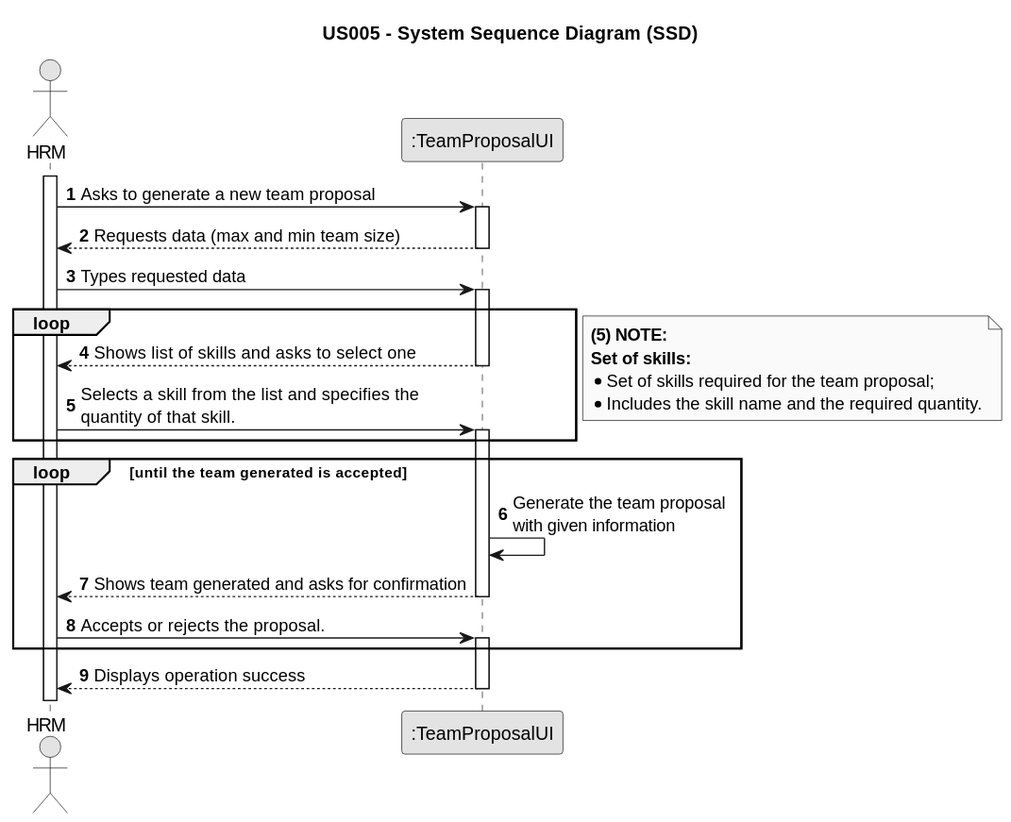
Before: docs/sprintB/us005/01.requirements-engineering/svg/us005-system-sequence-diagram.svg, a diagram exported from PlantUML (Rui-San/LAPR2_2023_2024).
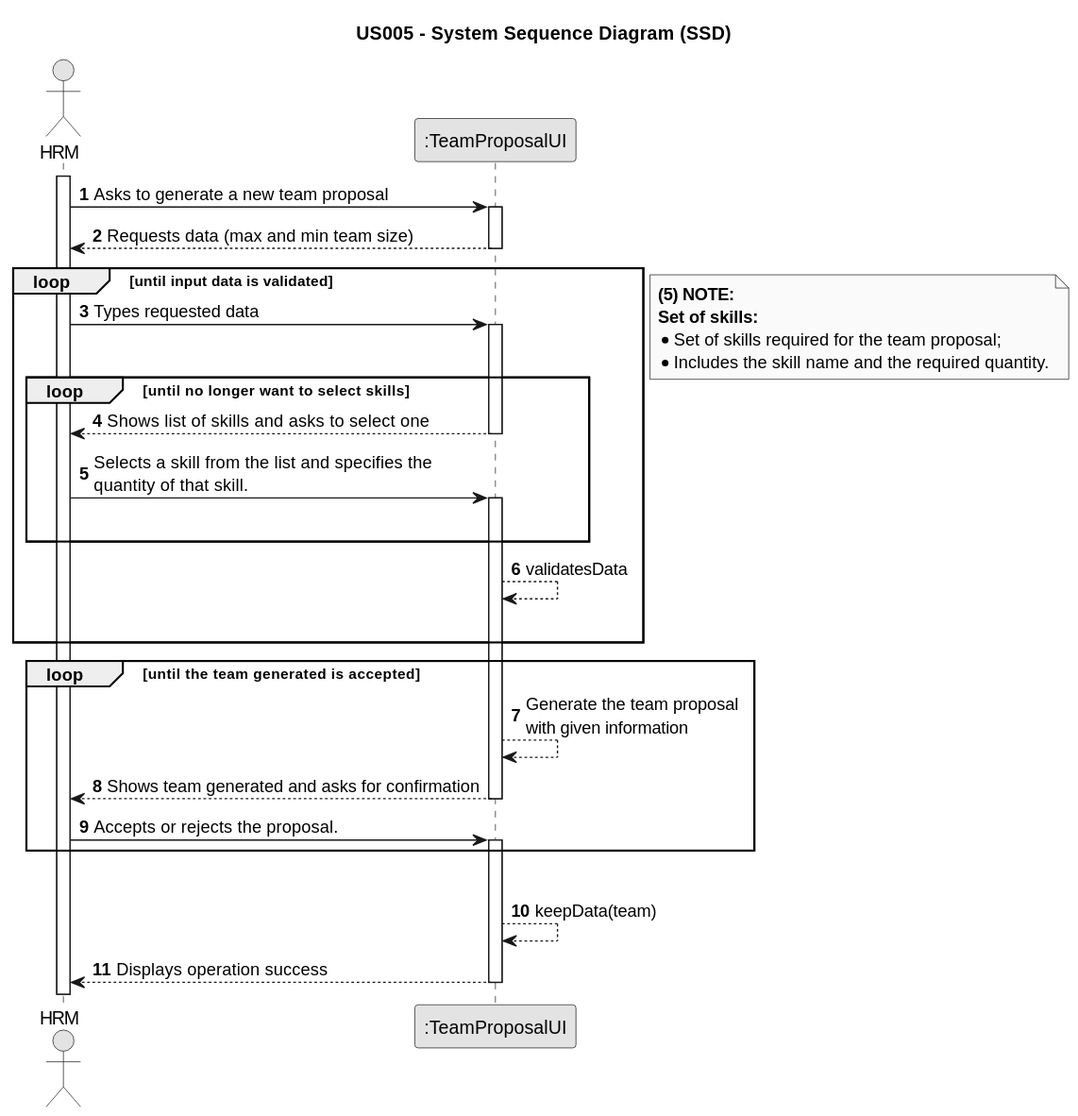
The same diagram one commit later.

Commit message:
US005: Fixed svg with validation loop and added stopping criteria in the skill selection loop.

Created the new .svg

What changed in the source:
```diff
@@ -19,10 +19,12 @@
         System --> Employee : Requests data (max and min team size)
     deactivate System
 
+    loop until input data is validated
+
     Employee -> System : Types requested data
 
-
-        loop
+    |||
+        loop until no longer want to select skills
             activate System
 
                 System --> Employee : Shows list of skills and asks to select one
@@ -30,6 +32,12 @@
 
             Employee -> System : Selects a skill from the list and specifies the \nquantity of that skill.
             activate System
+    |||
+    end loop
+
+    System --> System : validatesData
+    |||
+
         end loop
 
         note right
@@ -40,7 +48,7 @@
         end note
 
     loop until the team generated is accepted
-    System -> System: Generate the team proposal\nwith given information
+    System --> System: Generate the team proposal\nwith given information
 
 
         System --> Employee : Shows team generated and asks for confirmation
@@ -48,11 +56,13 @@
     deactivate System
     Employee -> System : Accepts or rejects the proposal.
     activate System
+
     end loop
+    |||
 
 
     activate System
-
+        System --> System : keepData(team)
         System --> Employee : Displays operation success
     deactivate System
 @enduml
```
